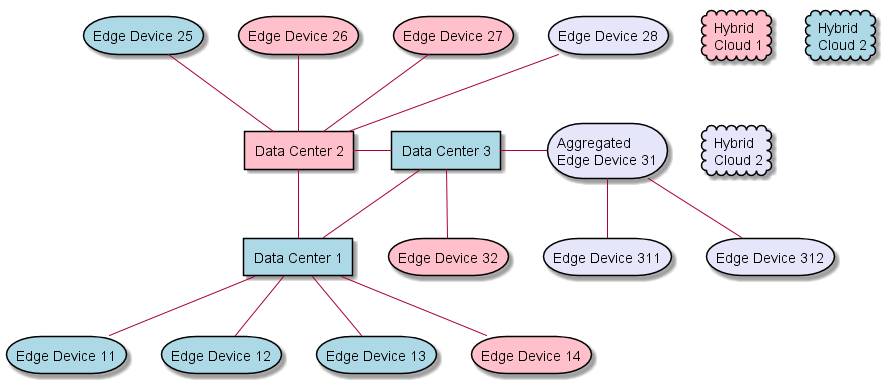
This is docs/CloudTopologies.png from CAADE/edgeville, a PlantUML export, as it was before one commit.
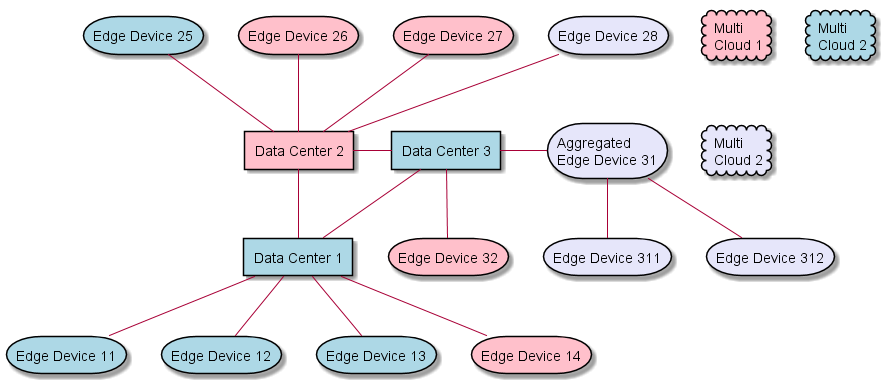
The same diagram one commit later.

The edit, as a diff of the source:
```diff
@@ -1,7 +1,7 @@
 @startuml
-    cloud "Hybrid\nCloud 1" as HC1 #pink
-    cloud "Hybrid\nCloud 2" as HC2 #lightblue
-    cloud "Hybrid\nCloud 2" as HC3 #lavender
+    cloud "Multi\nCloud 1" as HC1 #pink
+    cloud "Multi\nCloud 2" as HC2 #lightblue
+    cloud "Multi\nCloud 2" as HC3 #lavender
 
     rectangle "Data Center 1" as C1 #lightblue
     rectangle "Data Center 2" as C2 #pink
```
